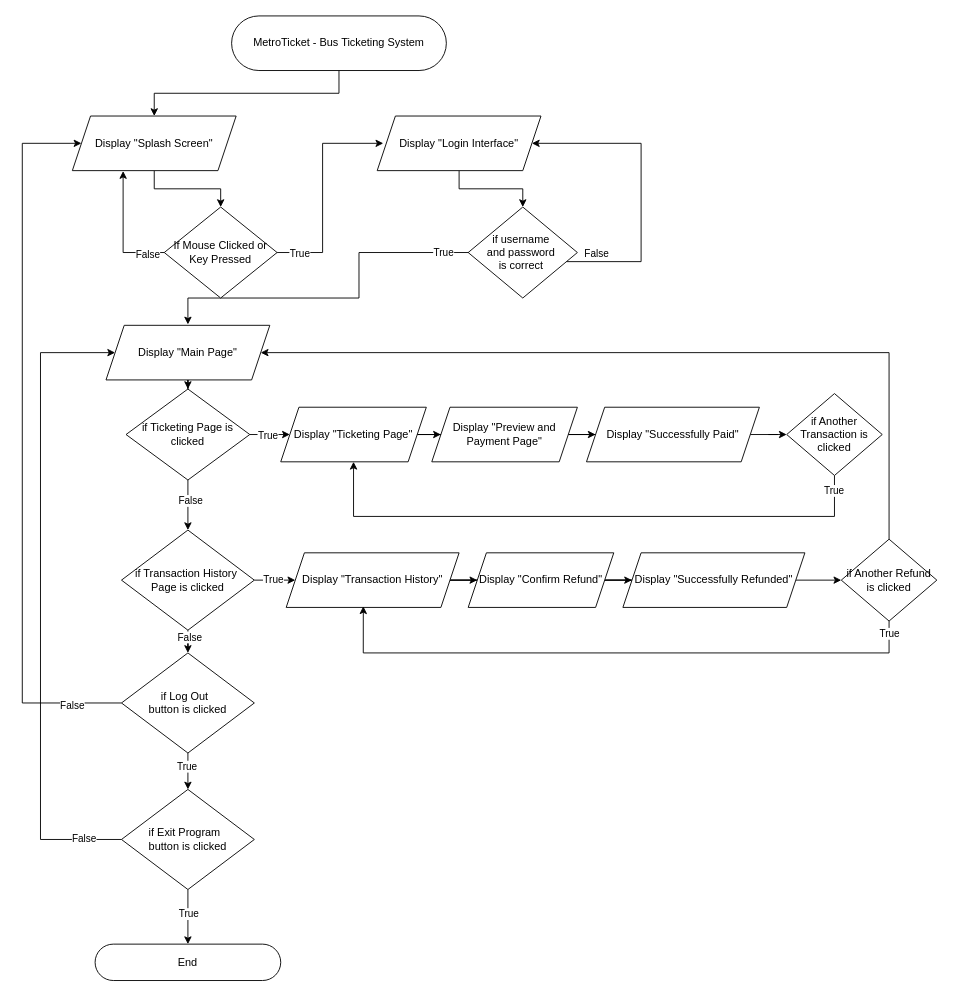
This is Documenation/Bus Ticketing System.drawio from kenny2125/CC103-PROJECT-PROPOSAL, a draw.io file, before an edit. Source tidied: cells renumbered, new cells numbered last; positions are measured from the earlier drawing's top-left corner, leaving out a move shared by most shapes. Both pictures are drawn from the tidied source at 91%, with x=0, y=0 at pixel (22, 15).
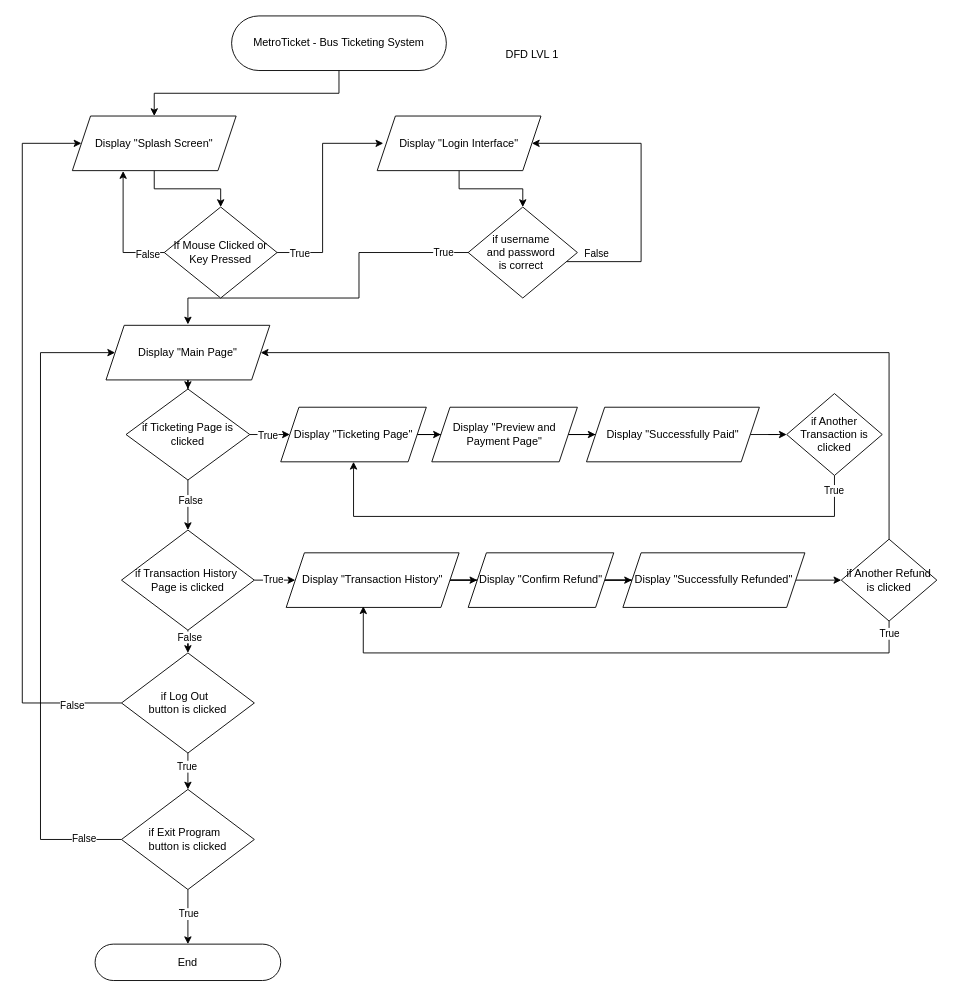
The same diagram, later.

The edit, as a diff of the source:
```diff
@@
+    <mxCell id="60" value="DFD LVL 1" style="text;html=1;align=center;verticalAlign=middle;strokeColor=none;fillColor=none;" parent="1" vertex="1">
+      <mxGeometry x="520" y="28" width="80" height="30" as="geometry" />
+    </mxCell>
```
